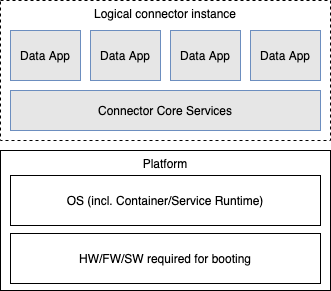
Before: documentation/4_Perspectives_of_the_Reference_Architecture_Model/4_1_Security_Perspective/media/SW_Stack_Components_connector_blueprint.png, a diagram exported from draw.io (International-Data-Spaces-Association/IDS-RAM_4_0). Source tidied: cells renumbered, new cells last; positions are measured from the earlier drawing's top-left corner, leaving out a move shared by most shapes.
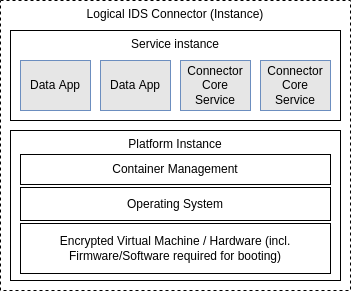
Above is the later version.

Commit message:
updated figure according to feedback

Diff of the diagram source:
```diff
@@ -2,32 +2,35 @@
   <root>
     <mxCell id="0" />
     <mxCell id="1" parent="0" />
+    <mxCell id="11" value="Logical IDS Connector (Instance)" style="rounded=0;whiteSpace=wrap;html=1;verticalAlign=top;dashed=1;" parent="1" vertex="1">
+      <mxGeometry x="-10" y="20" width="350" height="290" as="geometry" />
+    </mxCell>
-    <mxCell id="2" value="Logical connector instance" style="rounded=0;whiteSpace=wrap;html=1;verticalAlign=top;dashed=1;" parent="1" vertex="1">
-      <mxGeometry width="330" height="140" as="geometry" />
+    <mxCell id="2" value="Service instance" style="rounded=0;whiteSpace=wrap;html=1;verticalAlign=top;" parent="1" vertex="1">
+      <mxGeometry y="50" width="330" height="90" as="geometry" />
     </mxCell>
+    <mxCell id="10" value="Data App" style="rounded=0;whiteSpace=wrap;html=1;strokeColor=#6c8ebf;fillColor=#E6E6E6;" parent="1" vertex="1">
+      <mxGeometry x="10" y="80" width="70" height="50" as="geometry" />
+    </mxCell>
+    <mxCell id="12" value="Connector Core Service" style="rounded=0;whiteSpace=wrap;html=1;strokeColor=#6c8ebf;fillColor=#E6E6E6;" parent="1" vertex="1">
+      <mxGeometry x="250" y="80" width="70" height="50" as="geometry" />
+    </mxCell>
-    <mxCell id="3" value="Platform" style="rounded=0;whiteSpace=wrap;html=1;verticalAlign=top;" parent="1" vertex="1">
-      <mxGeometry y="150" width="330" height="140" as="geometry" />
+    <mxCell id="3" value="Platform Instance" style="rounded=0;whiteSpace=wrap;html=1;verticalAlign=top;" parent="1" vertex="1">
+      <mxGeometry y="150" width="330" height="150" as="geometry" />
     </mxCell>
-    <mxCell id="4" value="Connector Core Services" style="rounded=0;whiteSpace=wrap;html=1;strokeColor=#6c8ebf;fillColor=#E6E6E6;" parent="1" vertex="1">
-      <mxGeometry x="10" y="90" width="310" height="40" as="geometry" />
+    <mxCell id="4" value="Connector Core Service" style="rounded=0;whiteSpace=wrap;html=1;strokeColor=#6c8ebf;fillColor=#E6E6E6;" parent="1" vertex="1">
+      <mxGeometry x="170" y="80" width="70" height="50" as="geometry" />
     </mxCell>
-    <mxCell id="5" value="HW/FW/SW required for booting" style="rounded=0;whiteSpace=wrap;html=1;" parent="1" vertex="1">
-      <mxGeometry x="10" y="233" width="310" height="50" as="geometry" />
+    <mxCell id="5" value="Encrypted Virtual Machine / Hardware (incl. Firmware/Software required for booting)" style="rounded=0;whiteSpace=wrap;html=1;" parent="1" vertex="1">
+      <mxGeometry x="10" y="243" width="310" height="50" as="geometry" />
     </mxCell>
-    <mxCell id="6" value="OS (incl. Container/Service Runtime)" style="rounded=0;whiteSpace=wrap;html=1;" parent="1" vertex="1">
-      <mxGeometry x="10" y="175" width="310" height="50" as="geometry" />
+    <mxCell id="6" value="Operating System" style="rounded=0;whiteSpace=wrap;html=1;" parent="1" vertex="1">
+      <mxGeometry x="10" y="207" width="310" height="33" as="geometry" />
     </mxCell>
-    <mxCell id="7" value="Data App" style="rounded=0;whiteSpace=wrap;html=1;strokeColor=#6c8ebf;fillColor=#E6E6E6;" parent="1" vertex="1">
-      <mxGeometry x="10" y="30" width="70" height="50" as="geometry" />
-    </mxCell>
-    <mxCell id="8" value="Data App" style="rounded=0;whiteSpace=wrap;html=1;strokeColor=#6c8ebf;fillColor=#E6E6E6;" parent="1" vertex="1">
-      <mxGeometry x="90" y="30" width="70" height="50" as="geometry" />
-    </mxCell>
     <mxCell id="9" value="Data App" style="rounded=0;whiteSpace=wrap;html=1;strokeColor=#6c8ebf;fillColor=#E6E6E6;" parent="1" vertex="1">
-      <mxGeometry x="170" y="30" width="70" height="50" as="geometry" />
+      <mxGeometry x="90" y="80" width="70" height="50" as="geometry" />
     </mxCell>
-    <mxCell id="10" value="Data App" style="rounded=0;whiteSpace=wrap;html=1;strokeColor=#6c8ebf;fillColor=#E6E6E6;" parent="1" vertex="1">
-      <mxGeometry x="250" y="30" width="70" height="50" as="geometry" />
-    </mxCell>
+    <mxCell id="13" value="Container Management" style="rounded=0;whiteSpace=wrap;html=1;" parent="1" vertex="1">
+      <mxGeometry x="10" y="174" width="310" height="30" as="geometry" />
+    </mxCell>
   </root>
 </mxGraphModel>
```
